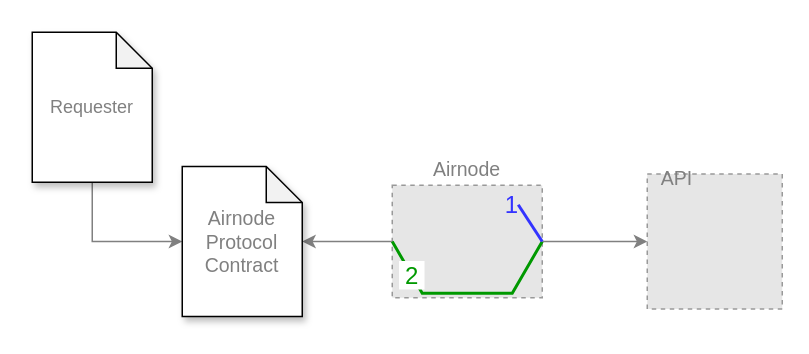
Before: docs/airnode/v0.4/assets/diagrams/security-schemes.drawio in api3dao/old-api3-docs, a draw.io diagram. Source tidied: cells renumbered, new cells numbered last; positions are measured from the earlier drawing's top-left corner, leaving out a move shared by most shapes. Both pictures are drawn from the tidied source at 150%, with x=0, y=0 at pixel (32, 32). Pictures stored in the file or linked from it are replaced by grey dashed boxes.
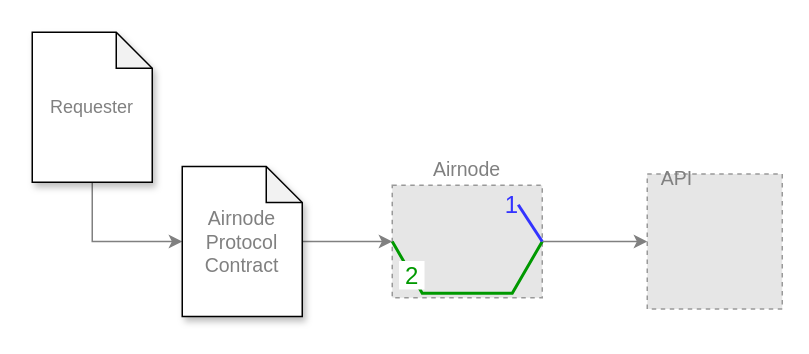
The same page after the edit.

What changed in the source:
```diff
@@
 <mxGraphModel>
   <root>
     <mxCell id="0" />
     <mxCell id="1" parent="0" />
     <mxCell id="2" style="edgeStyle=orthogonalEdgeStyle;rounded=0;jettySize=auto;html=1;fontSize=13;fontColor=#808080;exitX=0.5;exitY=1;exitDx=0;exitDy=0;exitPerimeter=0;entryX=0;entryY=0.5;entryDx=0;entryDy=0;entryPerimeter=0;strokeWidth=1;strokeColor=#808080;" parent="1" edge="1" source="3" target="10">
       <mxGeometry relative="1" as="geometry" />
     </mxCell>
     <mxCell id="3" value="&lt;font color=&quot;#808080&quot;&gt;Requester&lt;/font&gt;" style="shape=note;whiteSpace=wrap;html=1;backgroundOutline=1;darkOpacity=0.05;shadow=1;size=24;" parent="1" vertex="1">
       <mxGeometry width="80" height="100" as="geometry" />
     </mxCell>
-    <mxCell id="4" style="edgeStyle=orthogonalEdgeStyle;rounded=0;jettySize=auto;html=1;fontSize=13;fontColor=#808080;strokeColor=#808080;strokeWidth=1;startArrow=none;startFill=0;" parent="1" edge="1" source="6" target="10">
+    <mxCell id="4" style="edgeStyle=orthogonalEdgeStyle;rounded=0;jettySize=auto;html=1;fontSize=13;fontColor=#808080;strokeColor=#808080;strokeWidth=1;startArrow=classic;startFill=1;endArrow=none;endFill=0;" parent="1" edge="1" source="6" target="10">
       <mxGeometry relative="1" as="geometry" />
     </mxCell>
     <mxCell id="5" style="edgeStyle=orthogonalEdgeStyle;rounded=0;jettySize=auto;html=1;fontSize=13;fontColor=#808080;strokeColor=#808080;strokeWidth=1;" parent="1" edge="1" source="6" target="8">
       <mxGeometry relative="1" as="geometry" />
     </mxCell>
     <mxCell id="6" style="fillColor=#E6E6E6;strokeColor=#999999;dashed=1;verticalLabelPosition=bottom;labelBackgroundColor=#ffffff;verticalAlign=top;" parent="1" vertex="1">
       <mxGeometry x="240" y="102" width="100" height="75" as="geometry" />
     </mxCell>
     <mxCell id="7" value="Airnode" style="text;html=1;strokeColor=none;fillColor=none;align=center;verticalAlign=middle;whiteSpace=wrap;rounded=0;fontSize=13;fontColor=#808080;" parent="1" vertex="1">
       <mxGeometry x="260" y="76" width="60" height="30" as="geometry" />
     </mxCell>
     <mxCell id="8" style="fillColor=#E6E6E6;strokeColor=#999999;dashed=1;verticalLabelPosition=bottom;labelBackgroundColor=#ffffff;verticalAlign=top;rotation=270;" parent="1" vertex="1">
       <mxGeometry x="410" y="94.5" width="90" height="90" as="geometry" />
     </mxCell>
     <mxCell id="9" value="API" style="text;html=1;strokeColor=none;fillColor=none;align=center;verticalAlign=middle;whiteSpace=wrap;rounded=0;fontSize=13;fontColor=#808080;" parent="1" vertex="1">
       <mxGeometry x="400" y="82" width="60" height="30" as="geometry" />
     </mxCell>
     <mxCell id="10" value="Airnode&lt;br&gt;Protocol&lt;br&gt;Contract" style="shape=note;whiteSpace=wrap;html=1;backgroundOutline=1;darkOpacity=0.05;shadow=1;fontSize=13;fontColor=#808080;size=24;" parent="1" vertex="1">
       <mxGeometry x="100" y="89.5" width="80" height="100" as="geometry" />
     </mxCell>
     <mxCell id="11" style="endArrow=none;html=1;rounded=0;fontSize=13;fontColor=#808080;strokeColor=#009900;strokeWidth=2;exitX=0;exitY=0.5;exitDx=0;exitDy=0;entryX=1;entryY=0.5;entryDx=0;entryDy=0;" parent="1" edge="1" source="6" target="6">
       <mxGeometry relative="1" as="geometry">
         <Array as="points">
           <mxPoint x="260" y="174" />
           <mxPoint x="320" y="174" />
         </Array>
       </mxGeometry>
     </mxCell>
     <mxCell id="12" value="&lt;font color=&quot;#009900&quot;&gt;&amp;nbsp;2&amp;nbsp;&lt;/font&gt;" style="edgeLabel;html=1;align=center;verticalAlign=middle;fontSize=16;fontColor=#3333FF;" parent="11" vertex="1">
       <mxGeometry x="-0.64" relative="1" as="geometry" />
     </mxCell>
     <mxCell id="13" style="endArrow=none;html=1;rounded=0;fontSize=16;fontColor=#3333FF;strokeColor=#3333FF;strokeWidth=2;exitX=1;exitY=0.5;exitDx=0;exitDy=0;" parent="1" edge="1" source="6">
       <mxGeometry relative="1" as="geometry">
         <mxPoint x="324" y="115" as="targetPoint" />
       </mxGeometry>
     </mxCell>
     <mxCell id="14" value="1" style="text;html=1;strokeColor=none;fillColor=none;align=center;verticalAlign=middle;whiteSpace=wrap;rounded=0;shadow=1;fontSize=16;fontColor=#3333FF;" parent="1" vertex="1">
       <mxGeometry x="290" y="100" width="60" height="30" as="geometry" />
     </mxCell>
   </root>
 </mxGraphModel>
```
